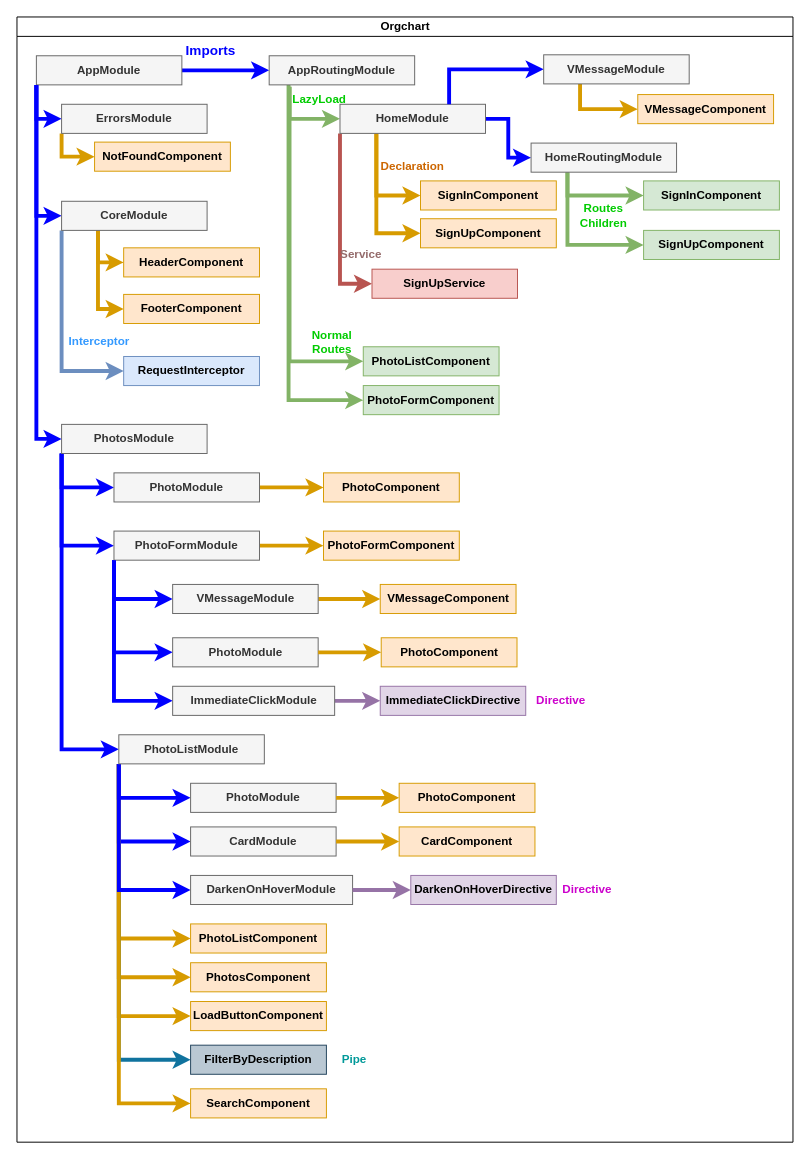
Before: AluraPic.drawio in lucasc88/alurapic, a draw.io diagram. Source tidied: cells renumbered, new cells numbered last; positions are measured from the earlier drawing's top-left corner, leaving out a move shared by most shapes. Both pictures are drawn from the tidied source at 97%, with x=0, y=0 at pixel (16, 16).
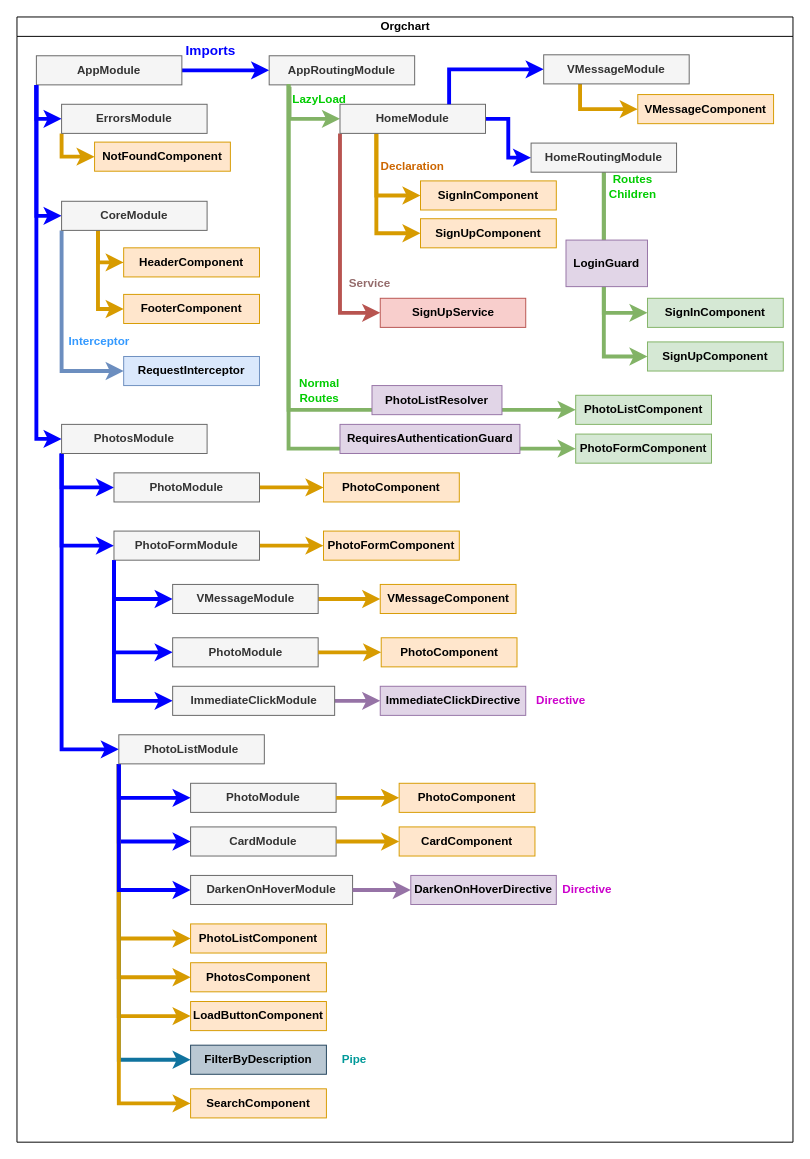
The same diagram, later.

Unchanged cells that the change refers to:
```xml
<mxCell id="2" value="Orgchart" style="swimlane;html=1;startSize=20;horizontal=1;containerType=tree;glass=0;swimlaneLine=1;align=center;" parent="1" vertex="1">
  <mxGeometry width="800" height="1160" as="geometry" />
</mxCell>
<mxCell id="11" value="AppRoutingModule" style="label;whiteSpace=wrap;html=1;rounded=0;glass=0;spacingLeft=0;align=center;fillColor=#f5f5f5;fontColor=#333333;strokeColor=#666666;" parent="2" vertex="1">
  <mxGeometry x="260" y="40" width="150" height="30" as="geometry" />
</mxCell>
<mxCell id="22" value="&lt;b&gt;&lt;font color=&quot;#00CC00&quot;&gt;LazyLoad&lt;/font&gt;&lt;/b&gt;" style="text;html=1;strokeColor=none;fillColor=none;align=center;verticalAlign=middle;whiteSpace=wrap;rounded=0;fontSize=12;fontColor=#CC6600;direction=north;" parent="2" vertex="1">
  <mxGeometry x="267" y="70" width="90" height="30" as="geometry" />
</mxCell>
<mxCell id="28" value="HomeRoutingModule" style="label;whiteSpace=wrap;html=1;rounded=0;glass=0;spacingLeft=0;align=center;fillColor=#f5f5f5;fontColor=#333333;strokeColor=#666666;" parent="2" vertex="1">
  <mxGeometry x="530" y="130" width="150" height="30" as="geometry" />
</mxCell>
```

The edit, as a diff of the source:
```diff
@@
-    <mxCell id="9" style="edgeStyle=orthogonalEdgeStyle;rounded=0;jettySize=auto;html=1;entryX=0;entryY=0.5;entryDx=0;entryDy=0;fontColor=#00CC00;strokeColor=#82b366;strokeWidth=4;fillColor=#d5e8d4;exitX=0.14;exitY=1.067;exitDx=0;exitDy=0;exitPerimeter=0;" parent="2" edge="1" source="11" target="23">
-      <mxGeometry relative="1" as="geometry" />
-    </mxCell>
@@
+    <mxCell id="96" style="edgeStyle=orthogonalEdgeStyle;rounded=0;jettySize=auto;html=1;exitX=0.967;exitY=0.122;exitDx=0;exitDy=0;entryX=0;entryY=0.5;entryDx=0;entryDy=0;exitPerimeter=0;fillColor=#d5e8d4;strokeColor=#82b366;strokeWidth=4;" parent="2" edge="1" source="22" target="23">
+      <mxGeometry relative="1" as="geometry">
+        <Array as="points">
+          <mxPoint x="280" y="71" />
+          <mxPoint x="280" y="405" />
+        </Array>
+      </mxGeometry>
+    </mxCell>
@@
     <mxCell id="23" value="&lt;b&gt;PhotoListComponent&lt;/b&gt;" style="rounded=0;whiteSpace=wrap;html=1;fontSize=12;fillColor=#d5e8d4;strokeColor=#82b366;" parent="2" vertex="1">
-      <mxGeometry x="357" y="340" width="140" height="30" as="geometry" />
+      <mxGeometry x="576" y="390" width="140" height="30" as="geometry" />
     </mxCell>
     <mxCell id="24" value="&lt;b&gt;PhotoFormComponent&lt;/b&gt;" style="rounded=0;whiteSpace=wrap;html=1;fontSize=12;fillColor=#d5e8d4;strokeColor=#82b366;" parent="2" vertex="1">
-      <mxGeometry x="357" y="380" width="140" height="30" as="geometry" />
+      <mxGeometry x="576" y="430" width="140" height="30" as="geometry" />
     </mxCell>
@@
-    <mxCell id="26" style="edgeStyle=orthogonalEdgeStyle;rounded=0;jettySize=auto;html=1;exitX=0.25;exitY=1;exitDx=0;exitDy=0;entryX=0;entryY=0.5;entryDx=0;entryDy=0;fontColor=#00CC00;strokeColor=#82b366;strokeWidth=4;fillColor=#d5e8d4;" parent="2" edge="1" source="28" target="32">
+    <mxCell id="26" style="edgeStyle=orthogonalEdgeStyle;rounded=0;jettySize=auto;html=1;exitX=0.5;exitY=1;exitDx=0;exitDy=0;entryX=0;entryY=0.5;entryDx=0;entryDy=0;fontColor=#00CC00;strokeColor=#82b366;strokeWidth=4;fillColor=#d5e8d4;" parent="2" edge="1" source="28" target="32">
       <mxGeometry relative="1" as="geometry" />
     </mxCell>
-    <mxCell id="27" style="edgeStyle=orthogonalEdgeStyle;rounded=0;jettySize=auto;html=1;exitX=0.25;exitY=1;exitDx=0;exitDy=0;entryX=0;entryY=0.5;entryDx=0;entryDy=0;fontColor=#00CC00;strokeColor=#82b366;strokeWidth=4;fillColor=#d5e8d4;" parent="2" edge="1" source="28" target="33">
+    <mxCell id="27" style="edgeStyle=orthogonalEdgeStyle;rounded=0;jettySize=auto;html=1;exitX=0.5;exitY=1;exitDx=0;exitDy=0;entryX=0;entryY=0.5;entryDx=0;entryDy=0;fontColor=#00CC00;strokeColor=#82b366;strokeWidth=4;fillColor=#d5e8d4;" parent="2" edge="1" source="28" target="33">
       <mxGeometry relative="1" as="geometry" />
     </mxCell>
@@
     <mxCell id="32" value="&lt;div&gt;&lt;b&gt;SignInComponent&lt;/b&gt;&lt;/div&gt;" style="rounded=0;whiteSpace=wrap;html=1;fontSize=12;fillColor=#d5e8d4;strokeColor=#82b366;" parent="2" vertex="1">
-      <mxGeometry x="646" y="169" width="140" height="30" as="geometry" />
+      <mxGeometry x="650" y="290" width="140" height="30" as="geometry" />
     </mxCell>
     <mxCell id="33" value="&lt;div&gt;&lt;b&gt;SignUpComponent&lt;/b&gt;&lt;/div&gt;" style="rounded=0;whiteSpace=wrap;html=1;fontSize=12;fillColor=#d5e8d4;strokeColor=#82b366;" parent="2" vertex="1">
-      <mxGeometry x="646" y="220" width="140" height="30" as="geometry" />
+      <mxGeometry x="650" y="335" width="140" height="30" as="geometry" />
     </mxCell>
     <mxCell id="34" value="&lt;div&gt;&lt;font color=&quot;#00CC00&quot;&gt;&lt;b&gt;Routes&lt;/b&gt;&lt;/font&gt;&lt;/div&gt;&lt;div&gt;&lt;font color=&quot;#00CC00&quot;&gt;&lt;b&gt;Children&lt;/b&gt;&lt;/font&gt;&lt;br&gt;&lt;/div&gt;" style="text;html=1;strokeColor=none;fillColor=none;align=center;verticalAlign=middle;whiteSpace=wrap;rounded=0;fontSize=12;fontColor=#CC6600;direction=north;" parent="2" vertex="1">
-      <mxGeometry x="560" y="190" width="90" height="30" as="geometry" />
+      <mxGeometry x="590" y="160" width="90" height="30" as="geometry" />
     </mxCell>
     <mxCell id="35" value="&lt;div&gt;&lt;font color=&quot;#00CC00&quot;&gt;&lt;b&gt;Normal&lt;/b&gt;&lt;/font&gt;&lt;/div&gt;&lt;div&gt;&lt;font color=&quot;#00CC00&quot;&gt;&lt;b&gt;Routes&lt;/b&gt;&lt;/font&gt;&lt;/div&gt;&lt;font color=&quot;#00CC00&quot;&gt;&lt;b&gt;&lt;/b&gt;&lt;/font&gt;" style="text;html=1;strokeColor=none;fillColor=none;align=center;verticalAlign=middle;whiteSpace=wrap;rounded=0;fontSize=12;fontColor=#CC6600;direction=north;" parent="2" vertex="1">
-      <mxGeometry x="280" y="320" width="90" height="30" as="geometry" />
+      <mxGeometry x="267" y="370" width="90" height="30" as="geometry" />
     </mxCell>
@@
     <mxCell id="39" value="SignUpService" style="label;whiteSpace=wrap;html=1;rounded=0;glass=0;spacingLeft=0;align=center;fillColor=#f8cecc;strokeColor=#b85450;" parent="2" vertex="1">
-      <mxGeometry x="366" y="260" width="150" height="30" as="geometry" />
+      <mxGeometry x="374.5" y="290" width="150" height="30" as="geometry" />
     </mxCell>
     <mxCell id="40" value="&lt;font color=&quot;#946B6B&quot;&gt;&lt;b&gt;Service&lt;/b&gt;&lt;/font&gt;" style="text;html=1;strokeColor=none;fillColor=none;align=center;verticalAlign=middle;whiteSpace=wrap;rounded=0;fontSize=12;fontColor=#CC6600;direction=north;" parent="2" vertex="1">
-      <mxGeometry x="310" y="230" width="90" height="30" as="geometry" />
+      <mxGeometry x="319" y="260" width="90" height="30" as="geometry" />
     </mxCell>
@@
+    <mxCell id="97" value="RequiresAuthenticationGuard" style="label;whiteSpace=wrap;html=1;rounded=0;glass=0;spacingLeft=0;align=center;fillColor=#e1d5e7;strokeColor=#9673a6;" parent="2" vertex="1">
+      <mxGeometry x="333" y="420" width="185.5" height="30" as="geometry" />
+    </mxCell>
+    <mxCell id="98" value="PhotoListResolver" style="label;whiteSpace=wrap;html=1;rounded=0;glass=0;spacingLeft=0;align=center;fillColor=#e1d5e7;strokeColor=#9673a6;" parent="2" vertex="1">
+      <mxGeometry x="366" y="380" width="134" height="30" as="geometry" />
+    </mxCell>
+    <mxCell id="99" value="LoginGuard" style="label;whiteSpace=wrap;html=1;rounded=0;glass=0;spacingLeft=0;align=center;fillColor=#e1d5e7;strokeColor=#9673a6;" parent="2" vertex="1">
+      <mxGeometry x="566" y="230" width="84" height="48" as="geometry" />
+    </mxCell>
```
